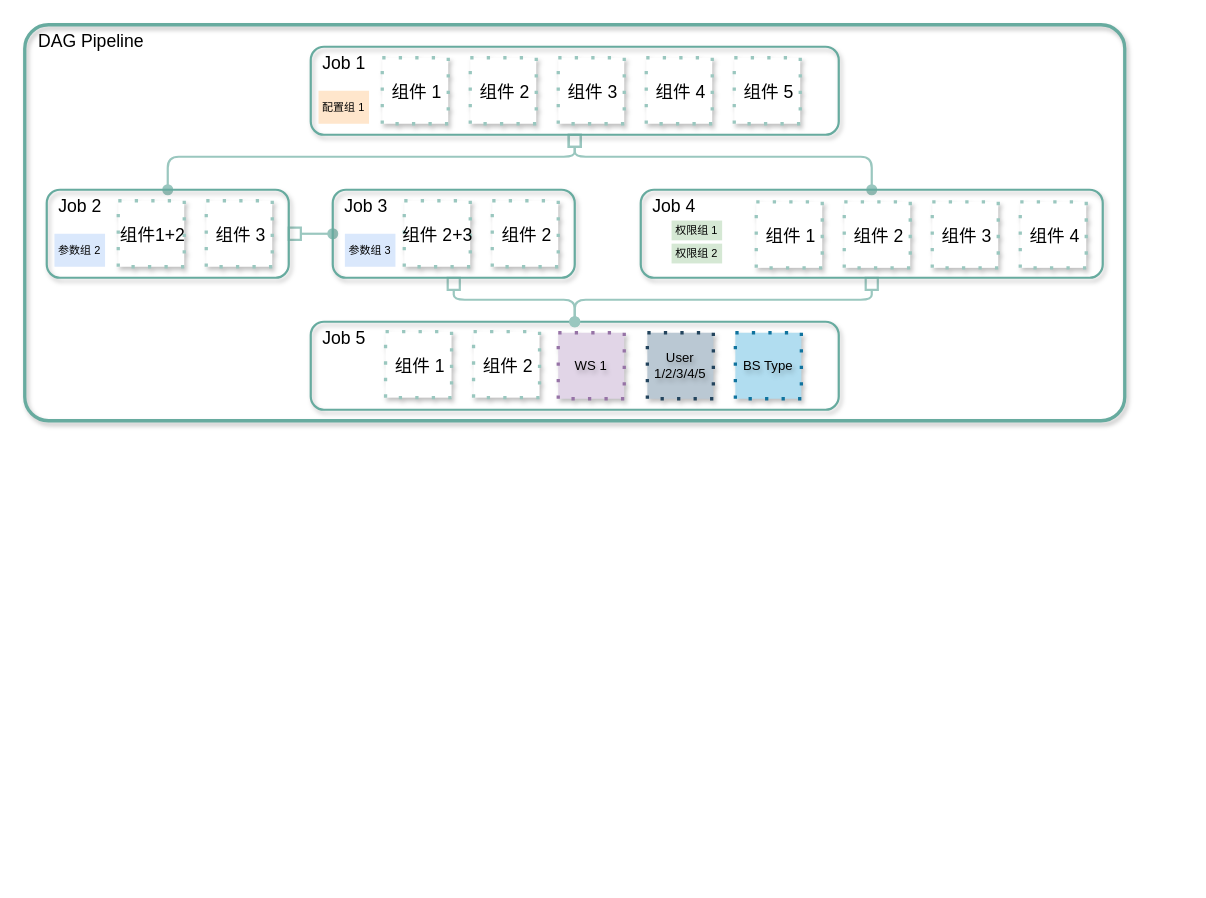
This is page "Summary" (1 of 2) of iacpl.drawio from Hoverhuang-er/HoverLibrary, a draw.io file, before an edit. Source tidied: cells renumbered, new cells numbered last; positions are measured from the earlier drawing's top-left corner, leaving out a move shared by most shapes. Both pictures are drawn from the tidied source at 110%, with x=0, y=0 at pixel (24, 24).
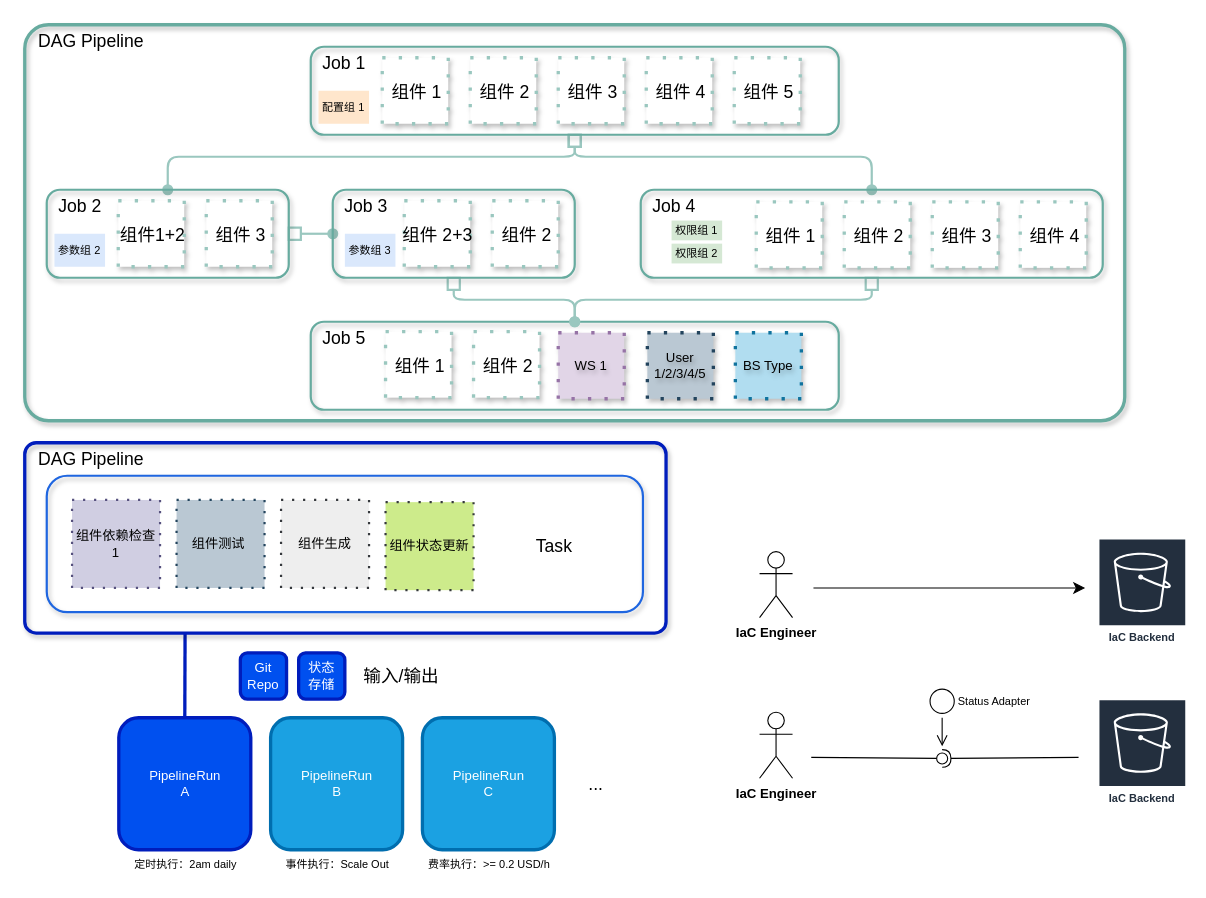
Above is the later version.

The edit, as a diff of the source:
```diff
@@
+    <mxCell id="72" style="edgeStyle=none;curved=1;rounded=0;jettySize=auto;html=1;exitX=0.25;exitY=1;exitDx=0;exitDy=0;entryX=0.5;entryY=0;entryDx=0;entryDy=0;fontSize=12;startSize=8;endSize=8;endArrow=none;endFill=0;strokeWidth=3;strokeColor=#001DBC;" parent="1" edge="1" source="73" target="81">
+      <mxGeometry relative="1" as="geometry" />
+    </mxCell>
+    <mxCell id="73" style="rounded=1;whiteSpace=wrap;html=1;arcSize=6;strokeWidth=3;fillColor=none;shadow=1;textShadow=1;strokeColor=#001DBC;" parent="1" vertex="1">
+      <mxGeometry y="380" width="583" height="173" as="geometry" />
+    </mxCell>
+    <mxCell id="74" value="DAG Pipeline" style="text;html=1;align=center;verticalAlign=middle;strokeColor=none;fillColor=none;fontSize=16;" parent="1" vertex="1">
+      <mxGeometry y="380" width="120" height="30" as="geometry" />
+    </mxCell>
+    <mxCell id="75" style="rounded=1;whiteSpace=wrap;html=1;fillColor=none;strokeWidth=2;shadow=1;textShadow=1;strokeColor=#1F66E0;" parent="1" vertex="1">
+      <mxGeometry x="20" y="410" width="542" height="124" as="geometry" />
+    </mxCell>
+    <mxCell id="76" value="组件依赖检查&lt;div&gt;1&lt;/div&gt;" style="whiteSpace=wrap;html=1;fillColor=#d0cee2;strokeColor=#56517e;dashed=1;dashPattern=1 4;strokeWidth=2;" parent="1" vertex="1">
+      <mxGeometry x="43" y="432" width="80" height="80" as="geometry" />
+    </mxCell>
+    <mxCell id="77" value="组件测试&amp;nbsp;" style="whiteSpace=wrap;html=1;fillColor=#bac8d3;strokeColor=#23445d;dashed=1;dashPattern=1 4;strokeWidth=2;" parent="1" vertex="1">
+      <mxGeometry x="138" y="432" width="80" height="80" as="geometry" />
+    </mxCell>
+    <mxCell id="78" value="组件生成" style="whiteSpace=wrap;html=1;fillColor=#eeeeee;strokeColor=#36393d;dashed=1;dashPattern=1 4;strokeWidth=2;" parent="1" vertex="1">
+      <mxGeometry x="233" y="432" width="80" height="80" as="geometry" />
+    </mxCell>
+    <mxCell id="79" value="组件状态更新" style="whiteSpace=wrap;html=1;fillColor=#cdeb8b;strokeColor=#36393d;dashed=1;dashPattern=1 4;strokeWidth=2;" parent="1" vertex="1">
+      <mxGeometry x="328" y="434" width="80" height="80" as="geometry" />
+    </mxCell>
+    <mxCell id="80" value="Task" style="text;html=1;align=center;verticalAlign=middle;strokeColor=none;fillColor=none;fontSize=16;" parent="1" vertex="1">
+      <mxGeometry x="455" y="458.5" width="51" height="31" as="geometry" />
+    </mxCell>
+    <mxCell id="81" value="PipelineRun&lt;div&gt;A&lt;/div&gt;" style="rounded=1;whiteSpace=wrap;html=1;fillColor=#0050ef;strokeColor=#001DBC;fontColor=#ffffff;strokeWidth=3;" parent="1" vertex="1">
+      <mxGeometry x="85.5" y="630" width="120" height="120" as="geometry" />
+    </mxCell>
+    <mxCell id="82" value="PipelineRun&lt;div&gt;B&lt;/div&gt;" style="rounded=1;whiteSpace=wrap;html=1;fillColor=#1ba1e2;strokeColor=#006EAF;fontColor=#ffffff;strokeWidth=3;" parent="1" vertex="1">
+      <mxGeometry x="223.5" y="630" width="120" height="120" as="geometry" />
+    </mxCell>
+    <mxCell id="83" value="PipelineRun&lt;div&gt;C&lt;/div&gt;" style="rounded=1;whiteSpace=wrap;html=1;fillColor=#1ba1e2;strokeColor=#006EAF;fontColor=#ffffff;strokeWidth=3;" parent="1" vertex="1">
+      <mxGeometry x="361.5" y="630" width="120" height="120" as="geometry" />
+    </mxCell>
+    <mxCell id="84" value="..." style="text;html=1;align=center;verticalAlign=middle;strokeColor=none;fillColor=none;fontSize=16;" parent="1" vertex="1">
+      <mxGeometry x="503.5" y="674.5" width="31" height="31" as="geometry" />
+    </mxCell>
+    <mxCell id="85" value="Git Repo" style="rounded=1;whiteSpace=wrap;html=1;fillColor=#0050ef;strokeColor=#001DBC;fontColor=#ffffff;strokeWidth=3;" parent="1" vertex="1">
+      <mxGeometry x="196" y="571" width="42" height="42" as="geometry" />
+    </mxCell>
+    <mxCell id="86" value="状态&lt;div&gt;存储&lt;/div&gt;" style="rounded=1;whiteSpace=wrap;html=1;fillColor=#0050ef;strokeColor=#001DBC;fontColor=#ffffff;strokeWidth=3;" parent="1" vertex="1">
+      <mxGeometry x="249" y="571" width="42" height="42" as="geometry" />
+    </mxCell>
+    <mxCell id="87" value="输入/输出" style="text;html=1;align=center;verticalAlign=middle;strokeColor=none;fillColor=none;fontSize=16;" parent="1" vertex="1">
+      <mxGeometry x="299" y="576.5" width="86" height="31" as="geometry" />
+    </mxCell>
+    <mxCell id="88" value="&lt;font style=&quot;font-size: 10px;&quot;&gt;定时执行：2am daily&lt;/font&gt;" style="text;html=1;align=center;verticalAlign=middle;strokeColor=none;fillColor=none;fontSize=16;" parent="1" vertex="1">
+      <mxGeometry x="90" y="745" width="111" height="31" as="geometry" />
+    </mxCell>
+    <mxCell id="89" value="&lt;span style=&quot;font-size: 10px;&quot;&gt;事件执行：Scale Out&lt;/span&gt;" style="text;html=1;align=center;verticalAlign=middle;strokeColor=none;fillColor=none;fontSize=16;" parent="1" vertex="1">
+      <mxGeometry x="228" y="745" width="112" height="31" as="geometry" />
+    </mxCell>
+    <mxCell id="90" value="&lt;span style=&quot;font-size: 10px;&quot;&gt;费率执行：&amp;gt;= 0.2 USD/h&lt;/span&gt;" style="text;html=1;align=center;verticalAlign=middle;strokeColor=none;fillColor=none;fontSize=16;" parent="1" vertex="1">
+      <mxGeometry x="357" y="745" width="129" height="31" as="geometry" />
+    </mxCell>
+    <mxCell id="91" value="IaC Engineer" style="shape=umlActor;verticalLabelPosition=bottom;verticalAlign=top;html=1;fontStyle=1;" parent="1" vertex="1">
+      <mxGeometry x="668" y="479" width="30" height="60" as="geometry" />
+    </mxCell>
+    <mxCell id="92" value="IaC Backend" style="sketch=0;fontColor=#232F3E;gradientColor=none;strokeColor=#ffffff;fillColor=#232F3E;dashed=0;verticalLabelPosition=middle;verticalAlign=bottom;align=center;html=1;whiteSpace=wrap;fontSize=10;fontStyle=1;spacing=3;shape=mxgraph.aws4.productIcon;prIcon=mxgraph.aws4.s3;" parent="1" vertex="1">
+      <mxGeometry x="976" y="467" width="80" height="100" as="geometry" />
+    </mxCell>
+    <mxCell id="93" style="endArrow=classic;html=1;rounded=0;fontSize=12;startSize=8;endSize=8;curved=1;fontStyle=1;" parent="1" edge="1">
+      <mxGeometry relative="1" as="geometry">
+        <mxPoint x="717" y="512" as="sourcePoint" />
+        <mxPoint x="964" y="512" as="targetPoint" />
+      </mxGeometry>
+    </mxCell>
+    <mxCell id="94" value="&lt;b&gt;IaC Engineer&lt;/b&gt;" style="shape=umlActor;verticalLabelPosition=bottom;verticalAlign=top;html=1;" parent="1" vertex="1">
+      <mxGeometry x="668" y="625" width="30" height="60" as="geometry" />
+    </mxCell>
+    <mxCell id="95" value="IaC Backend" style="sketch=0;fontColor=#232F3E;gradientColor=none;strokeColor=#ffffff;fillColor=#232F3E;dashed=0;verticalLabelPosition=middle;verticalAlign=bottom;align=center;html=1;whiteSpace=wrap;fontSize=10;fontStyle=1;spacing=3;shape=mxgraph.aws4.productIcon;prIcon=mxgraph.aws4.s3;" parent="1" vertex="1">
+      <mxGeometry x="976" y="613" width="80" height="100" as="geometry" />
+    </mxCell>
+    <mxCell id="96" style="rounded=0;jettySize=auto;html=1;endArrow=halfCircle;endFill=0;endSize=6;strokeWidth=1;sketch=0;fontSize=12;curved=1;" parent="1" edge="1" target="98">
+      <mxGeometry relative="1" as="geometry">
+        <mxPoint x="958" y="666" as="sourcePoint" />
+      </mxGeometry>
+    </mxCell>
+    <mxCell id="97" style="rounded=0;jettySize=auto;html=1;endArrow=oval;endFill=0;sketch=0;sourcePerimeterSpacing=0;targetPerimeterSpacing=0;endSize=10;fontSize=12;curved=1;" parent="1" edge="1" target="98">
+      <mxGeometry relative="1" as="geometry">
+        <mxPoint x="715" y="666" as="sourcePoint" />
+      </mxGeometry>
+    </mxCell>
+    <mxCell id="98" style="ellipse;whiteSpace=wrap;html=1;align=center;fillColor=none;strokeColor=none;perimeter=centerPerimeter;points=[];outlineConnect=1;" parent="1" vertex="1">
+      <mxGeometry x="829" y="662" width="10" height="10" as="geometry" />
+    </mxCell>
+    <mxCell id="99" style="ellipse;html=1;shape=startState;fillColor=none;strokeColor=#000000;" parent="1" vertex="1">
+      <mxGeometry x="819" y="600" width="30" height="30" as="geometry" />
+    </mxCell>
+    <mxCell id="100" style="edgeStyle=orthogonalEdgeStyle;html=1;verticalAlign=bottom;endArrow=open;endSize=8;strokeColor=#000000;rounded=0;fontSize=12;curved=1;" parent="1" edge="1" source="99">
+      <mxGeometry relative="1" as="geometry">
+        <mxPoint x="834" y="656" as="targetPoint" />
+      </mxGeometry>
+    </mxCell>
+    <mxCell id="101" value="&lt;font style=&quot;font-size: 10px;&quot;&gt;Status Adapter&lt;/font&gt;" style="text;html=1;align=center;verticalAlign=middle;strokeColor=none;fillColor=none;fontSize=16;" parent="1" vertex="1">
+      <mxGeometry x="839" y="597" width="84" height="31" as="geometry" />
+    </mxCell>
```
